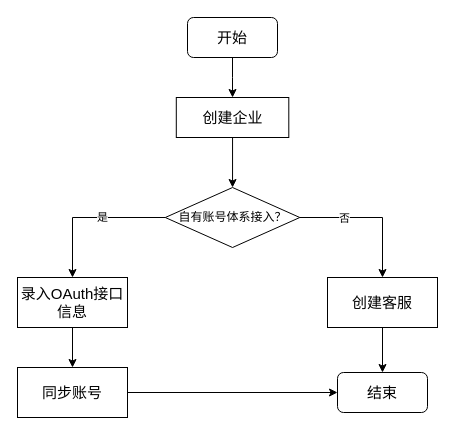
Earlier version of the draw.io diagram enterprise_add.drawio (greenabyss/image). Source tidied: cells renumbered, new cells numbered last; positions are measured from the earlier drawing's top-left corner, leaving out a move shared by most shapes. Both pictures are drawn from the tidied source at 100%, with x=0, y=0 at pixel (17, 17).
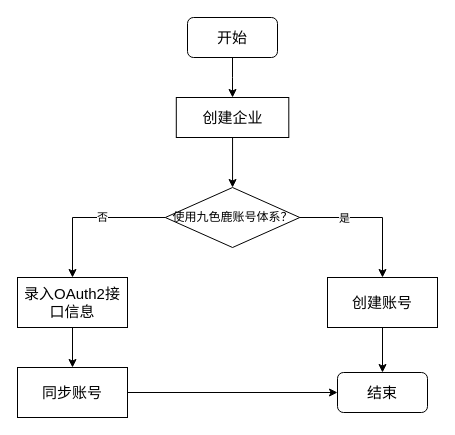
The same diagram, later.

Change to the diagram source:
```diff
@@
 <mxGraphModel>
   <root>
     <mxCell id="0" />
     <mxCell id="1" parent="0" />
     <mxCell id="2" style="edgeStyle=orthogonalEdgeStyle;rounded=0;jettySize=auto;html=1;exitX=0.5;exitY=1;exitDx=0;exitDy=0;entryX=0.5;entryY=0;entryDx=0;entryDy=0;" parent="1" edge="1" source="3" target="5">
       <mxGeometry relative="1" as="geometry" />
     </mxCell>
     <mxCell id="3" value="&lt;font style=&quot;font-size: 15px&quot;&gt;开始&lt;/font&gt;" style="rounded=1;whiteSpace=wrap;html=1;" parent="1" vertex="1">
       <mxGeometry x="170" width="90" height="40" as="geometry" />
     </mxCell>
     <mxCell id="4" style="edgeStyle=orthogonalEdgeStyle;rounded=0;jettySize=auto;html=1;" parent="1" edge="1" source="5" target="10">
       <mxGeometry relative="1" as="geometry" />
     </mxCell>
     <mxCell id="5" value="&lt;font style=&quot;font-size: 15px&quot;&gt;创建企业&lt;/font&gt;" style="rounded=0;whiteSpace=wrap;html=1;" parent="1" vertex="1">
       <mxGeometry x="158.8" y="80" width="112.5" height="40" as="geometry" />
     </mxCell>
     <mxCell id="6" style="edgeStyle=orthogonalEdgeStyle;rounded=0;jettySize=auto;html=1;" parent="1" edge="1" source="10" target="12">
       <mxGeometry relative="1" as="geometry" />
     </mxCell>
-    <mxCell id="7" value="是" style="edgeLabel;html=1;align=center;verticalAlign=middle;" parent="6" vertex="1">
+    <mxCell id="7" value="否" style="edgeLabel;html=1;align=center;verticalAlign=middle;" parent="6" vertex="1">
       <mxGeometry x="-0.17" y="-1" relative="1" as="geometry" />
     </mxCell>
     <mxCell id="8" style="edgeStyle=orthogonalEdgeStyle;rounded=0;jettySize=auto;html=1;entryX=0.5;entryY=0;entryDx=0;entryDy=0;" parent="1" edge="1" source="10" target="14">
       <mxGeometry relative="1" as="geometry" />
     </mxCell>
-    <mxCell id="9" value="否" style="edgeLabel;html=1;align=center;verticalAlign=middle;" parent="8" vertex="1">
+    <mxCell id="9" value="是" style="edgeLabel;html=1;align=center;verticalAlign=middle;" parent="8" vertex="1">
       <mxGeometry x="-0.39" relative="1" as="geometry" />
     </mxCell>
-    <mxCell id="10" value="自有账号体系接入？" style="rhombus;whiteSpace=wrap;html=1;" parent="1" vertex="1">
+    <mxCell id="10" value="使用九色鹿账号体系？" style="rhombus;whiteSpace=wrap;html=1;" parent="1" vertex="1">
       <mxGeometry x="147.8" y="170" width="134.5" height="60" as="geometry" />
     </mxCell>
     <mxCell id="11" style="edgeStyle=orthogonalEdgeStyle;rounded=0;jettySize=auto;html=1;" parent="1" edge="1" source="12" target="16">
       <mxGeometry relative="1" as="geometry" />
     </mxCell>
-    <mxCell id="12" value="&lt;font style=&quot;font-size: 15px&quot;&gt;录入OAuth接口信息&lt;/font&gt;" style="rounded=0;whiteSpace=wrap;html=1;" parent="1" vertex="1">
+    <mxCell id="12" value="&lt;font style=&quot;font-size: 15px&quot;&gt;录入OAuth2接口信息&lt;/font&gt;" style="rounded=0;whiteSpace=wrap;html=1;" parent="1" vertex="1">
       <mxGeometry y="260" width="110" height="50" as="geometry" />
     </mxCell>
     <mxCell id="13" style="edgeStyle=orthogonalEdgeStyle;rounded=0;jettySize=auto;html=1;" parent="1" edge="1" source="14" target="17">
       <mxGeometry relative="1" as="geometry" />
     </mxCell>
-    <mxCell id="14" value="&lt;font style=&quot;font-size: 15px&quot;&gt;创建客服&lt;/font&gt;" style="rounded=0;whiteSpace=wrap;html=1;" parent="1" vertex="1">
+    <mxCell id="14" value="&lt;font style=&quot;font-size: 15px&quot;&gt;创建账号&lt;/font&gt;" style="rounded=0;whiteSpace=wrap;html=1;" parent="1" vertex="1">
       <mxGeometry x="310" y="260" width="110" height="50" as="geometry" />
     </mxCell>
     <mxCell id="15" style="edgeStyle=orthogonalEdgeStyle;rounded=0;jettySize=auto;html=1;entryX=0;entryY=0.5;entryDx=0;entryDy=0;" parent="1" edge="1" source="16" target="17">
       <mxGeometry relative="1" as="geometry" />
     </mxCell>
     <mxCell id="16" value="&lt;font style=&quot;font-size: 15px&quot;&gt;同步账号&lt;/font&gt;" style="rounded=0;whiteSpace=wrap;html=1;" parent="1" vertex="1">
       <mxGeometry y="350" width="110" height="50" as="geometry" />
     </mxCell>
     <mxCell id="17" value="&lt;font style=&quot;font-size: 15px&quot;&gt;结束&lt;/font&gt;" style="rounded=1;whiteSpace=wrap;html=1;" parent="1" vertex="1">
       <mxGeometry x="320" y="355" width="90" height="40" as="geometry" />
     </mxCell>
   </root>
 </mxGraphModel>
```
